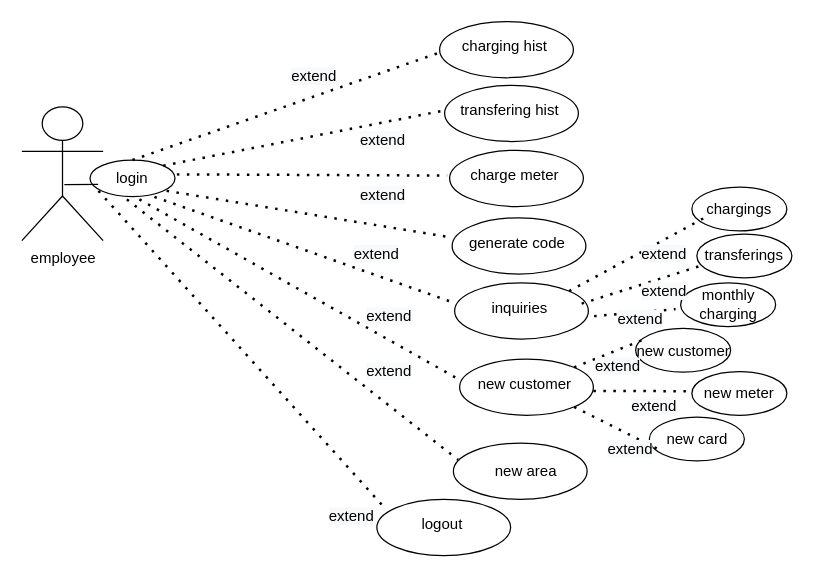
shamaabuhassan/Charts keeps this draw.io diagram as Untitled Diagram.drawio. Above is the earlier version. Source tidied: cells renumbered, new cells numbered last; positions are measured from the earlier drawing's top-left corner, leaving out a move shared by most shapes. Both pictures are drawn from the tidied source at 125%, with x=0, y=0 at pixel (21, 21).
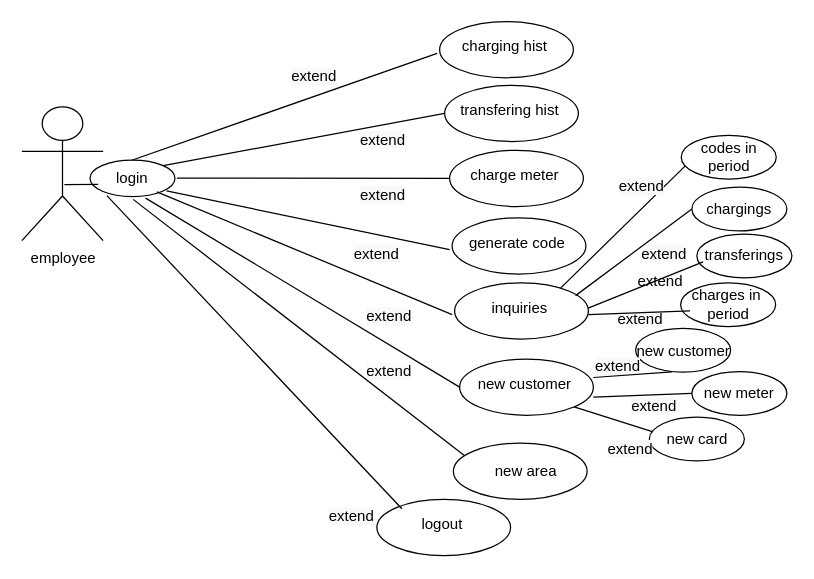
After the change.

Unchanged cells that the change refers to:
```xml
<mxCell id="3" style="ellipse;whiteSpace=wrap;html=1;" parent="1" vertex="1">
  <mxGeometry x="54.5" y="110.5" width="68" height="29.3" as="geometry" />
</mxCell>
<mxCell id="4" value="login" style="text;html=1;strokeColor=none;fillColor=none;align=center;verticalAlign=middle;whiteSpace=wrap;rounded=0;" parent="1" vertex="1">
  <mxGeometry x="34" y="115.2" width="109" height="20" as="geometry" />
</mxCell>
<mxCell id="7" value="charging hist" style="text;html=1;strokeColor=none;fillColor=none;align=center;verticalAlign=middle;whiteSpace=wrap;rounded=0;" parent="1" vertex="1">
  <mxGeometry x="332.2" y="10.2" width="109" height="20" as="geometry" />
</mxCell>
<mxCell id="8" style="ellipse;whiteSpace=wrap;html=1;" parent="1" vertex="1">
  <mxGeometry x="338.2" y="50.7" width="107" height="45" as="geometry" />
</mxCell>
<mxCell id="9" value="transfering hist" style="text;html=1;strokeColor=none;fillColor=none;align=center;verticalAlign=middle;whiteSpace=wrap;rounded=0;" parent="1" vertex="1">
  <mxGeometry x="336.2" y="61.2" width="109" height="20" as="geometry" />
</mxCell>
<mxCell id="10" style="ellipse;whiteSpace=wrap;html=1;" parent="1" vertex="1">
  <mxGeometry x="342.2" y="102.7" width="107" height="45" as="geometry" />
</mxCell>
<mxCell id="11" value="charge meter" style="text;html=1;strokeColor=none;fillColor=none;align=center;verticalAlign=middle;whiteSpace=wrap;rounded=0;" parent="1" vertex="1">
  <mxGeometry x="340.2" y="113.2" width="109" height="20" as="geometry" />
</mxCell>
<mxCell id="13" value="generate code" style="text;html=1;strokeColor=none;fillColor=none;align=center;verticalAlign=middle;whiteSpace=wrap;rounded=0;" parent="1" vertex="1">
  <mxGeometry x="342.2" y="167.2" width="109" height="20" as="geometry" />
</mxCell>
<mxCell id="14" style="ellipse;whiteSpace=wrap;html=1;" parent="1" vertex="1">
  <mxGeometry x="346.2" y="208.7" width="107" height="45" as="geometry" />
</mxCell>
<mxCell id="15" value="inquiries" style="text;html=1;strokeColor=none;fillColor=none;align=center;verticalAlign=middle;whiteSpace=wrap;rounded=0;" parent="1" vertex="1">
  <mxGeometry x="344.2" y="219.2" width="109" height="20" as="geometry" />
</mxCell>
<mxCell id="16" style="ellipse;whiteSpace=wrap;html=1;" parent="1" vertex="1">
  <mxGeometry x="350.2" y="269.7" width="107" height="45" as="geometry" />
</mxCell>
<mxCell id="17" value="new customer" style="text;html=1;strokeColor=none;fillColor=none;align=center;verticalAlign=middle;whiteSpace=wrap;rounded=0;" parent="1" vertex="1">
  <mxGeometry x="348.2" y="280.2" width="109" height="20" as="geometry" />
</mxCell>
<mxCell id="18" style="ellipse;whiteSpace=wrap;html=1;" parent="1" vertex="1">
  <mxGeometry x="345.2" y="337" width="107" height="45" as="geometry" />
</mxCell>
<mxCell id="21" value="logout" style="text;html=1;strokeColor=none;fillColor=none;align=center;verticalAlign=middle;whiteSpace=wrap;rounded=0;" parent="1" vertex="1">
  <mxGeometry x="282" y="392" width="109" height="20" as="geometry" />
</mxCell>
<mxCell id="22" value="chargings" style="ellipse;whiteSpace=wrap;html=1;" parent="1" vertex="1">
  <mxGeometry x="536" y="132.2" width="76" height="35" as="geometry" />
</mxCell>
<mxCell id="26" style="ellipse;whiteSpace=wrap;html=1;" parent="1" vertex="1">
  <mxGeometry x="491" y="245.2" width="76" height="35" as="geometry" />
</mxCell>
<mxCell id="27" value="new meter" style="ellipse;whiteSpace=wrap;html=1;" parent="1" vertex="1">
  <mxGeometry x="536" y="279.7" width="76" height="35" as="geometry" />
</mxCell>
<mxCell id="29" value="new customer" style="text;html=1;strokeColor=none;fillColor=none;align=center;verticalAlign=middle;whiteSpace=wrap;rounded=0;" parent="1" vertex="1">
  <mxGeometry x="474.5" y="253.7" width="109" height="20" as="geometry" />
</mxCell>
<mxCell id="30" value="new card" style="text;html=1;strokeColor=none;fillColor=none;align=center;verticalAlign=middle;whiteSpace=wrap;rounded=0;" parent="1" vertex="1">
  <mxGeometry x="485.5" y="323.7" width="109" height="20" as="geometry" />
</mxCell>
<mxCell id="51" value="&lt;span style=&quot;color: rgb(0, 0, 0); font-family: helvetica; font-size: 12px; font-style: normal; font-weight: 400; letter-spacing: normal; text-align: center; text-indent: 0px; text-transform: none; word-spacing: 0px; background-color: rgb(248, 249, 250); display: inline; float: none;&quot;&gt;extend&lt;/span&gt;" style="text;whiteSpace=wrap;html=1;" parent="1" vertex="1">
  <mxGeometry x="244" y="382" width="60" height="30" as="geometry" />
</mxCell>
<mxCell id="54" value="&lt;span style=&quot;color: rgb(0, 0, 0); font-family: helvetica; font-size: 12px; font-style: normal; font-weight: 400; letter-spacing: normal; text-align: center; text-indent: 0px; text-transform: none; word-spacing: 0px; background-color: rgb(248, 249, 250); display: inline; float: none;&quot;&gt;extend&lt;/span&gt;" style="text;whiteSpace=wrap;html=1;" parent="1" vertex="1">
  <mxGeometry x="474.5" y="223.7" width="60" height="30" as="geometry" />
</mxCell>
<mxCell id="55" value="&lt;span style=&quot;color: rgb(0, 0, 0); font-family: helvetica; font-size: 12px; font-style: normal; font-weight: 400; letter-spacing: normal; text-align: center; text-indent: 0px; text-transform: none; word-spacing: 0px; background-color: rgb(248, 249, 250); display: inline; float: none;&quot;&gt;extend&lt;/span&gt;" style="text;whiteSpace=wrap;html=1;" parent="1" vertex="1">
  <mxGeometry x="457.2" y="262" width="60" height="30" as="geometry" />
</mxCell>
<mxCell id="57" value="&lt;span style=&quot;color: rgb(0, 0, 0); font-family: helvetica; font-size: 12px; font-style: normal; font-weight: 400; letter-spacing: normal; text-align: center; text-indent: 0px; text-transform: none; word-spacing: 0px; background-color: rgb(248, 249, 250); display: inline; float: none;&quot;&gt;extend&lt;/span&gt;" style="text;whiteSpace=wrap;html=1;" parent="1" vertex="1">
  <mxGeometry x="467" y="328.2" width="60" height="30" as="geometry" />
</mxCell>
```

Diff of the diagram source:
```diff
@@
-    <mxCell id="25" value="monthly charging" style="text;html=1;strokeColor=none;fillColor=none;align=center;verticalAlign=middle;whiteSpace=wrap;rounded=0;" parent="1" vertex="1">
+    <mxCell id="25" value="charges in&amp;nbsp;&lt;br&gt;period" style="text;html=1;strokeColor=none;fillColor=none;align=center;verticalAlign=middle;whiteSpace=wrap;rounded=0;" parent="1" vertex="1">
       <mxGeometry x="523" y="214.9" width="85" height="22.5" as="geometry" />
     </mxCell>
@@
-    <mxCell id="31" style="endArrow=none;dashed=1;html=1;dashPattern=1 3;strokeWidth=2;entryX=0.25;entryY=1;entryDx=0;entryDy=0;exitX=1;exitY=0;exitDx=0;exitDy=0;" parent="1" edge="1" source="14">
-      <mxGeometry relative="1" as="geometry">
-        <mxPoint x="546.2" y="156.7" as="targetPoint" />
-      </mxGeometry>
-    </mxCell>
-    <mxCell id="32" style="endArrow=none;dashed=1;html=1;dashPattern=1 3;strokeWidth=2;exitX=1;exitY=0;exitDx=0;exitDy=0;" parent="1" edge="1">
-      <mxGeometry relative="1" as="geometry">
-        <mxPoint x="447.8" y="225.4" as="sourcePoint" />
-        <mxPoint x="546" y="194.2" as="targetPoint" />
-      </mxGeometry>
-    </mxCell>
-    <mxCell id="33" style="endArrow=none;dashed=1;html=1;dashPattern=1 3;strokeWidth=2;exitX=1;exitY=0;exitDx=0;exitDy=0;" parent="1" edge="1" target="25">
-      <mxGeometry relative="1" as="geometry">
-        <mxPoint x="457.8" y="235.4" as="sourcePoint" />
-      </mxGeometry>
-    </mxCell>
-    <mxCell id="34" style="endArrow=none;dashed=1;html=1;dashPattern=1 3;strokeWidth=2;exitX=1;exitY=0;exitDx=0;exitDy=0;entryX=0.197;entryY=0.05;entryDx=0;entryDy=0;entryPerimeter=0;" parent="1" edge="1" source="16" target="29">
-      <mxGeometry relative="1" as="geometry" />
-    </mxCell>
-    <mxCell id="35" style="endArrow=none;dashed=1;html=1;dashPattern=1 3;strokeWidth=2;exitX=1;exitY=0.75;exitDx=0;exitDy=0;" parent="1" edge="1" source="17">
-      <mxGeometry relative="1" as="geometry">
-        <mxPoint x="534" y="295.5" as="targetPoint" />
-      </mxGeometry>
-    </mxCell>
-    <mxCell id="36" style="endArrow=none;dashed=1;html=1;dashPattern=1 3;strokeWidth=2;entryX=0.25;entryY=1;entryDx=0;entryDy=0;exitX=1;exitY=1;exitDx=0;exitDy=0;" parent="1" edge="1" source="16" target="30">
-      <mxGeometry relative="1" as="geometry" />
-    </mxCell>
-    <mxCell id="37" style="endArrow=none;dashed=1;html=1;dashPattern=1 3;strokeWidth=2;exitX=0.5;exitY=0;exitDx=0;exitDy=0;entryX=0;entryY=0.75;entryDx=0;entryDy=0;" parent="1" edge="1" source="3" target="7">
-      <mxGeometry relative="1" as="geometry" />
-    </mxCell>
-    <mxCell id="38" style="endArrow=none;dashed=1;html=1;dashPattern=1 3;strokeWidth=2;exitX=1;exitY=0;exitDx=0;exitDy=0;entryX=0;entryY=0.5;entryDx=0;entryDy=0;" parent="1" edge="1" source="3" target="9">
-      <mxGeometry relative="1" as="geometry" />
-    </mxCell>
-    <mxCell id="39" style="endArrow=none;dashed=1;html=1;dashPattern=1 3;strokeWidth=2;" parent="1" edge="1" target="11">
-      <mxGeometry relative="1" as="geometry">
-        <mxPoint x="124" y="122" as="sourcePoint" />
-      </mxGeometry>
-    </mxCell>
-    <mxCell id="40" style="endArrow=none;dashed=1;html=1;dashPattern=1 3;strokeWidth=2;exitX=0.75;exitY=1;exitDx=0;exitDy=0;entryX=0;entryY=0.25;entryDx=0;entryDy=0;" parent="1" edge="1" source="4" target="13">
-      <mxGeometry relative="1" as="geometry" />
-    </mxCell>
-    <mxCell id="41" style="endArrow=none;dashed=1;html=1;dashPattern=1 3;strokeWidth=2;exitX=0.661;exitY=1.24;exitDx=0;exitDy=0;entryX=0;entryY=0.25;entryDx=0;entryDy=0;exitPerimeter=0;" parent="1" edge="1" source="4" target="15">
-      <mxGeometry relative="1" as="geometry" />
-    </mxCell>
-    <mxCell id="42" style="endArrow=none;dashed=1;html=1;dashPattern=1 3;strokeWidth=2;entryX=0;entryY=0.25;entryDx=0;entryDy=0;" parent="1" edge="1" target="17">
-      <mxGeometry relative="1" as="geometry">
-        <mxPoint x="94" y="142" as="sourcePoint" />
-      </mxGeometry>
-    </mxCell>
-    <mxCell id="43" style="endArrow=none;dashed=1;html=1;dashPattern=1 3;strokeWidth=2;entryX=0.035;entryY=0.296;entryDx=0;entryDy=0;entryPerimeter=0;" parent="1" edge="1" target="18">
-      <mxGeometry relative="1" as="geometry">
-        <mxPoint x="84" y="142" as="sourcePoint" />
-      </mxGeometry>
-    </mxCell>
-    <mxCell id="44" style="endArrow=none;dashed=1;html=1;dashPattern=1 3;strokeWidth=2;entryX=0.071;entryY=-0.185;entryDx=0;entryDy=0;exitX=0.25;exitY=1;exitDx=0;exitDy=0;entryPerimeter=0;" parent="1" edge="1" source="4" target="21">
-      <mxGeometry relative="1" as="geometry" />
-    </mxCell>
@@
     <mxCell id="53" value="&lt;span style=&quot;color: rgb(0, 0, 0); font-family: helvetica; font-size: 12px; font-style: normal; font-weight: 400; letter-spacing: normal; text-align: center; text-indent: 0px; text-transform: none; word-spacing: 0px; background-color: rgb(248, 249, 250); display: inline; float: none;&quot;&gt;extend&lt;/span&gt;" style="text;whiteSpace=wrap;html=1;" parent="1" vertex="1">
-      <mxGeometry x="494" y="201.7" width="60" height="30" as="geometry" />
+      <mxGeometry x="491" y="193.7" width="60" height="30" as="geometry" />
     </mxCell>
@@
+    <mxCell id="37" style="endArrow=none;html=1;fontColor=#FF0000;exitX=0.5;exitY=0;exitDx=0;exitDy=0;entryX=0;entryY=0.75;entryDx=0;entryDy=0;" parent="1" edge="1" source="3" target="7">
+      <mxGeometry relative="1" as="geometry" />
+    </mxCell>
+    <mxCell id="58" style="endArrow=none;html=1;fontColor=#FF0000;exitX=1;exitY=0;exitDx=0;exitDy=0;entryX=0;entryY=0.5;entryDx=0;entryDy=0;" parent="1" edge="1" source="3" target="8">
+      <mxGeometry relative="1" as="geometry" />
+    </mxCell>
+    <mxCell id="59" style="endArrow=none;html=1;fontColor=#FF0000;entryX=0;entryY=0.5;entryDx=0;entryDy=0;" parent="1" edge="1" target="10">
+      <mxGeometry relative="1" as="geometry">
+        <mxPoint x="124" y="125" as="sourcePoint" />
+      </mxGeometry>
+    </mxCell>
+    <mxCell id="40" style="endArrow=none;html=1;fontColor=#FF0000;exitX=0.75;exitY=1;exitDx=0;exitDy=0;entryX=0;entryY=0.75;entryDx=0;entryDy=0;" parent="1" edge="1" source="4" target="13">
+      <mxGeometry relative="1" as="geometry" />
+    </mxCell>
+    <mxCell id="41" style="endArrow=none;html=1;fontColor=#FF0000;entryX=0;entryY=0.75;entryDx=0;entryDy=0;exitX=0.679;exitY=1.04;exitDx=0;exitDy=0;exitPerimeter=0;" parent="1" edge="1" source="4" target="15">
+      <mxGeometry relative="1" as="geometry" />
+    </mxCell>
+    <mxCell id="60" style="endArrow=none;html=1;fontColor=#FF0000;entryX=0;entryY=0.5;entryDx=0;entryDy=0;exitX=0.596;exitY=1.29;exitDx=0;exitDy=0;exitPerimeter=0;" parent="1" edge="1" source="4" target="16">
+      <mxGeometry relative="1" as="geometry" />
+    </mxCell>
+    <mxCell id="61" style="endArrow=none;html=1;fontColor=#FF0000;entryX=0.082;entryY=0.222;entryDx=0;entryDy=0;entryPerimeter=0;" parent="1" edge="1" target="18">
+      <mxGeometry relative="1" as="geometry">
+        <mxPoint x="89" y="142" as="sourcePoint" />
+      </mxGeometry>
+    </mxCell>
+    <mxCell id="62" style="endArrow=none;html=1;fontColor=#FF0000;exitX=0.312;exitY=1.19;exitDx=0;exitDy=0;entryX=1;entryY=0.25;entryDx=0;entryDy=0;exitPerimeter=0;" parent="1" edge="1" source="4" target="51">
+      <mxGeometry relative="1" as="geometry" />
+    </mxCell>
+    <mxCell id="63" style="endArrow=none;html=1;fontColor=#FF0000;exitX=0.906;exitY=-0.01;exitDx=0;exitDy=0;entryX=0;entryY=0.5;entryDx=0;entryDy=0;exitPerimeter=0;" parent="1" edge="1" source="15" target="22">
+      <mxGeometry relative="1" as="geometry" />
+    </mxCell>
+    <mxCell id="64" style="endArrow=none;html=1;fontColor=#FF0000;exitX=0.906;exitY=-0.01;exitDx=0;exitDy=0;exitPerimeter=0;entryX=0.9;entryY=-0.056;entryDx=0;entryDy=0;entryPerimeter=0;" parent="1" edge="1" target="53">
+      <mxGeometry relative="1" as="geometry">
+        <mxPoint x="453" y="229" as="sourcePoint" />
+      </mxGeometry>
+    </mxCell>
+    <mxCell id="65" style="endArrow=none;html=1;fontColor=#FF0000;exitX=1;exitY=0.75;exitDx=0;exitDy=0;entryX=1;entryY=0.25;entryDx=0;entryDy=0;" parent="1" edge="1" source="15" target="54">
+      <mxGeometry relative="1" as="geometry" />
+    </mxCell>
+    <mxCell id="66" style="endArrow=none;html=1;fontColor=#FF0000;exitX=0.792;exitY=0.096;exitDx=0;exitDy=0;exitPerimeter=0;" parent="1" edge="1" source="14">
+      <mxGeometry relative="1" as="geometry">
+        <mxPoint x="534" y="112" as="targetPoint" />
+      </mxGeometry>
+    </mxCell>
+    <mxCell id="67" value="codes in period" style="ellipse;whiteSpace=wrap;html=1;" parent="1" vertex="1">
+      <mxGeometry x="527.5" y="90.7" width="76" height="35" as="geometry" />
+    </mxCell>
+    <mxCell id="68" value="&lt;span style=&quot;color: rgb(0, 0, 0); font-family: helvetica; font-size: 12px; font-style: normal; font-weight: 400; letter-spacing: normal; text-align: center; text-indent: 0px; text-transform: none; word-spacing: 0px; background-color: rgb(248, 249, 250); display: inline; float: none;&quot;&gt;extend&lt;/span&gt;" style="text;whiteSpace=wrap;html=1;" parent="1" vertex="1">
+      <mxGeometry x="476" y="117.7" width="60" height="30" as="geometry" />
+    </mxCell>
+    <mxCell id="69" style="endArrow=none;html=1;fontColor=#FF0000;exitX=0;exitY=0.75;exitDx=0;exitDy=0;entryX=0.382;entryY=0.995;entryDx=0;entryDy=0;entryPerimeter=0;" parent="1" edge="1" source="55" target="26">
+      <mxGeometry relative="1" as="geometry" />
+    </mxCell>
+    <mxCell id="70" style="endArrow=none;html=1;fontColor=#FF0000;exitX=1;exitY=1;exitDx=0;exitDy=0;entryX=0;entryY=0.5;entryDx=0;entryDy=0;" parent="1" edge="1" source="17" target="27">
+      <mxGeometry relative="1" as="geometry" />
+    </mxCell>
+    <mxCell id="71" style="endArrow=none;html=1;fontColor=#FF0000;exitX=1;exitY=1;exitDx=0;exitDy=0;entryX=0.633;entryY=-0.006;entryDx=0;entryDy=0;entryPerimeter=0;" parent="1" edge="1" source="16" target="57">
+      <mxGeometry relative="1" as="geometry" />
+    </mxCell>
```
